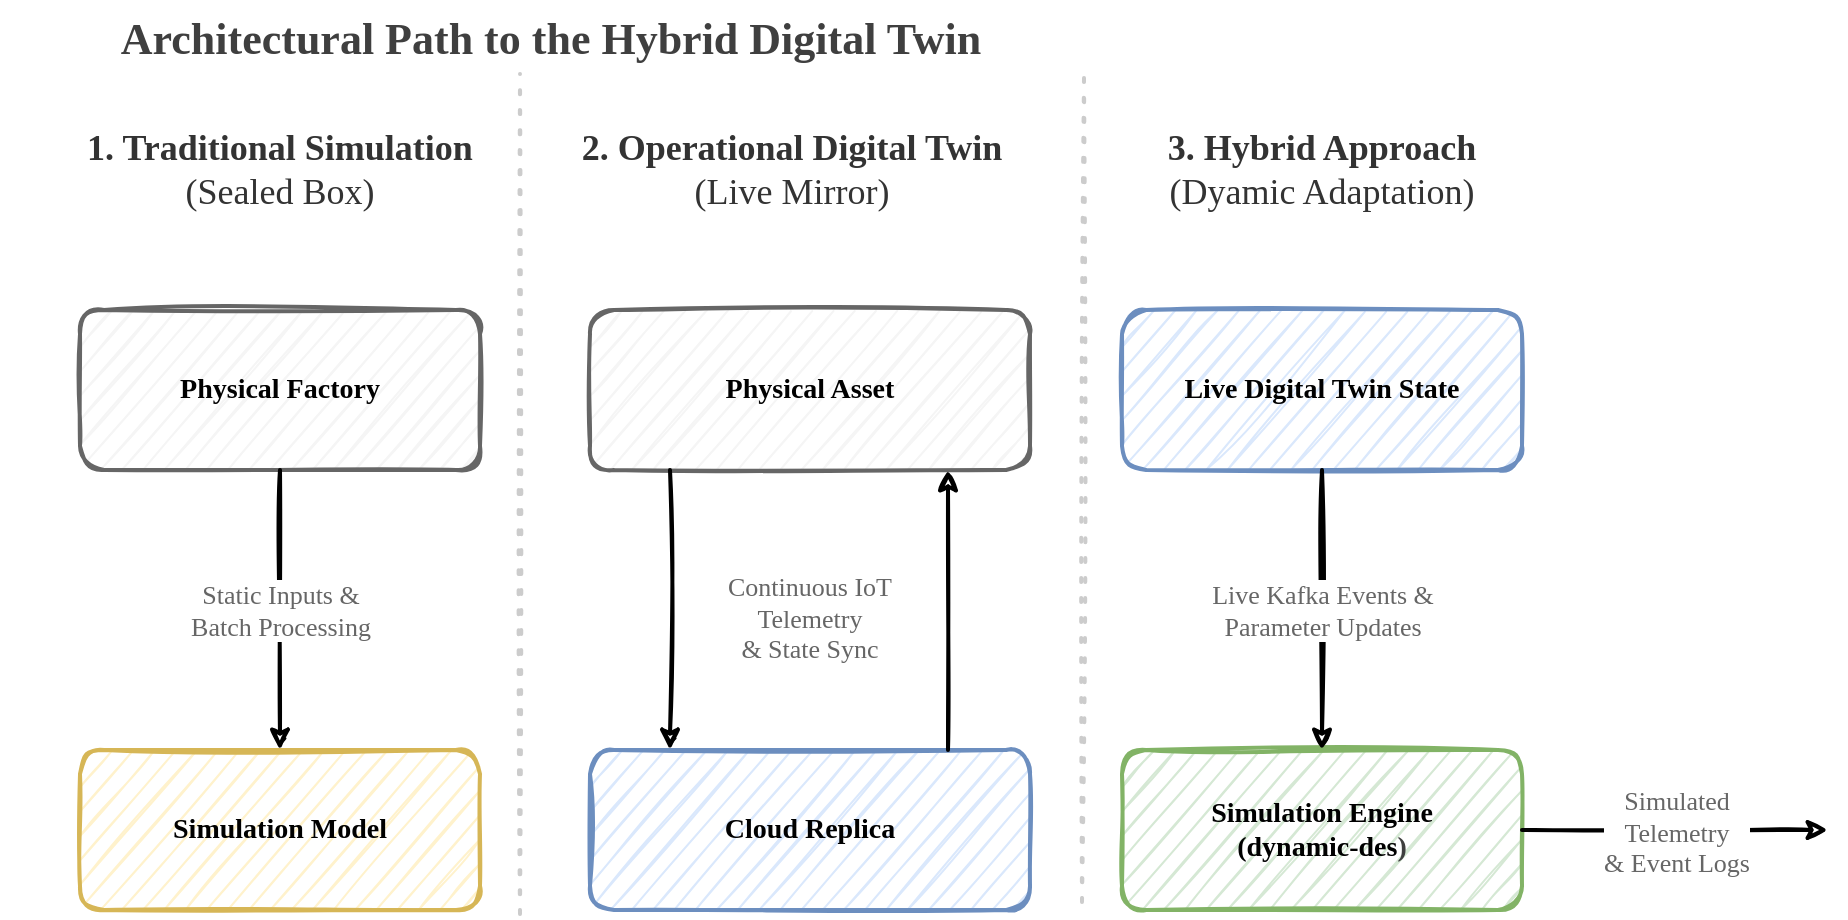
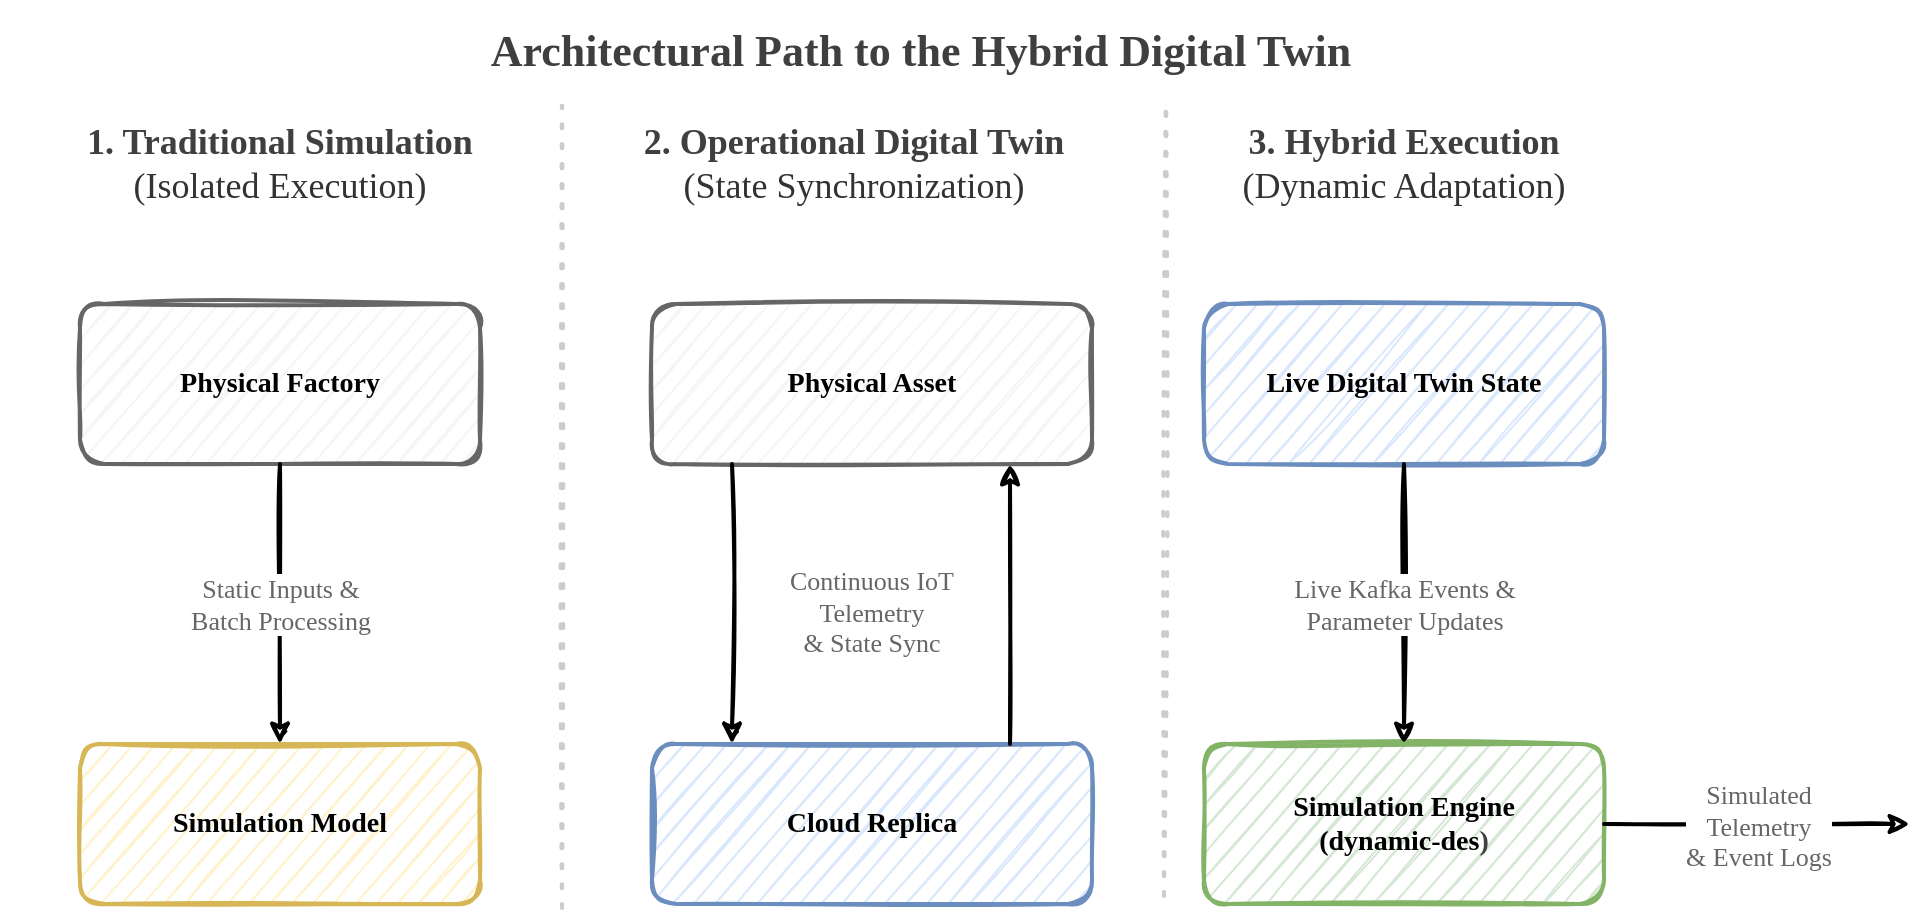
<mxfile host="65bd71144e">
    <diagram id="diagram1" name="Hybrid Architecture">
-         <mxGraphModel dx="1117" dy="541" grid="0" gridSize="10" guides="1" tooltips="1" connect="1" arrows="1" fold="1" page="1" pageScale="1" pageWidth="3300" pageHeight="4681" math="0" shadow="0">
+         <mxGraphModel dx="1200" dy="612" grid="0" gridSize="10" guides="1" tooltips="1" connect="1" arrows="1" fold="1" page="1" pageScale="1" pageWidth="3300" pageHeight="4681" math="0" shadow="0">
            <root>
                <mxCell id="0"/>
                <mxCell id="1" parent="0"/>
-                 <mxCell id="t1" value="&lt;b&gt;1. Traditional Simulation&lt;/b&gt;&lt;br&gt;(Sealed Box)" style="text;html=1;strokeColor=none;fillColor=none;align=center;verticalAlign=middle;whiteSpace=wrap;rounded=0;sketch=1;fontSize=18;fontColor=#333333;fontFamily=Comic Sans MS;" parent="1" vertex="1">
+                 <mxCell id="t1" value="&lt;b style=&quot;color: rgb(63, 63, 63); scrollbar-color: rgb(226, 226, 226) rgb(251, 251, 251);&quot;&gt;1. Traditional Simulation&lt;/b&gt;&lt;br style=&quot;color: rgb(63, 63, 63); scrollbar-color: rgb(226, 226, 226) rgb(251, 251, 251);&quot;&gt;&lt;span style=&quot;color: rgb(51, 51, 51);&quot;&gt;(Isolated Execution)&lt;/span&gt;" style="text;html=1;strokeColor=none;fillColor=none;align=center;verticalAlign=middle;whiteSpace=wrap;rounded=0;sketch=1;fontSize=18;fontColor=#333333;fontFamily=Comic Sans MS;" parent="1" vertex="1">
                    <mxGeometry x="81" y="88" width="280" height="60" as="geometry"/>
                </mxCell>
                <mxCell id="2" value="Physical Factory" style="rounded=1;whiteSpace=wrap;html=1;sketch=1;fillColor=#f5f5f5;strokeColor=#666666;strokeWidth=2;fontSize=14;fontStyle=1;fontFamily=Comic Sans MS;" parent="1" vertex="1">
                    <mxGeometry x="121" y="188" width="200" height="80" as="geometry"/>
                </mxCell>
                <mxCell id="3" value="Simulation Model" style="rounded=1;whiteSpace=wrap;html=1;sketch=1;fillColor=#fff2cc;strokeColor=#d6b656;strokeWidth=2;fontSize=14;fontStyle=1;fontFamily=Comic Sans MS;" parent="1" vertex="1">
                    <mxGeometry x="121" y="408" width="200" height="80" as="geometry"/>
                </mxCell>
                <mxCell id="4" value="&lt;span style=&quot;color: rgb(102, 102, 102);&quot;&gt;Static Inputs &amp;amp;&lt;/span&gt;&lt;br style=&quot;color: rgb(63, 63, 63); scrollbar-color: rgb(226, 226, 226) rgb(251, 251, 251);&quot;&gt;&lt;span style=&quot;color: rgb(102, 102, 102);&quot;&gt;Batch Processing&lt;/span&gt;" style="edgeStyle=orthogonalEdgeStyle;rounded=1;orthogonalLoop=1;jettySize=auto;html=1;sketch=1;strokeWidth=2;fontSize=13;fontColor=#666666;fontFamily=Comic Sans MS;" parent="1" source="2" target="3" edge="1">
                    <mxGeometry relative="1" as="geometry"/>
                </mxCell>
                <mxCell id="5" value="" style="endArrow=none;dashed=1;html=1;dashPattern=1 4;strokeWidth=2;sketch=1;strokeColor=#CCCCCC;fontFamily=Comic Sans MS;" parent="1" edge="1">
                    <mxGeometry width="50" height="50" relative="1" as="geometry">
-                         <mxPoint x="341" y="490" as="sourcePoint"/>
-                         <mxPoint x="341" y="70" as="targetPoint"/>
+                         <mxPoint x="362" y="490" as="sourcePoint"/>
+                         <mxPoint x="362" y="70" as="targetPoint"/>
                    </mxGeometry>
                </mxCell>
-                 <mxCell id="6" value="&lt;b&gt;2. Operational Digital Twin&lt;/b&gt;&lt;br&gt;(Live Mirror)" style="text;html=1;strokeColor=none;fillColor=none;align=center;verticalAlign=middle;whiteSpace=wrap;rounded=0;sketch=1;fontSize=18;fontColor=#333333;fontFamily=Comic Sans MS;" parent="1" vertex="1">
-                     <mxGeometry x="337" y="88" width="280" height="60" as="geometry"/>
+                 <mxCell id="6" value="&lt;b style=&quot;color: rgb(63, 63, 63); scrollbar-color: rgb(226, 226, 226) rgb(251, 251, 251);&quot;&gt;2. Operational Digital Twin&lt;/b&gt;&lt;br style=&quot;color: rgb(63, 63, 63); scrollbar-color: rgb(226, 226, 226) rgb(251, 251, 251);&quot;&gt;&lt;span style=&quot;color: rgb(51, 51, 51);&quot;&gt;(State Synchronization)&lt;/span&gt;" style="text;html=1;strokeColor=none;fillColor=none;align=center;verticalAlign=middle;whiteSpace=wrap;rounded=0;sketch=1;fontSize=18;fontColor=#333333;fontFamily=Comic Sans MS;" parent="1" vertex="1">
+                     <mxGeometry x="368" y="88" width="280" height="60" as="geometry"/>
                </mxCell>
                <mxCell id="7" value="Physical Asset" style="rounded=1;whiteSpace=wrap;html=1;sketch=1;fillColor=#f5f5f5;strokeColor=#666666;strokeWidth=2;fontSize=14;fontStyle=1;fontFamily=Comic Sans MS;" parent="1" vertex="1">
-                     <mxGeometry x="376" y="188" width="220" height="80" as="geometry"/>
+                     <mxGeometry x="407" y="188" width="220" height="80" as="geometry"/>
                </mxCell>
                <mxCell id="8" value="Cloud Replica" style="rounded=1;whiteSpace=wrap;html=1;sketch=1;fillColor=#dae8fc;strokeColor=#6c8ebf;strokeWidth=2;fontSize=14;fontStyle=1;fontFamily=Comic Sans MS;" parent="1" vertex="1">
-                     <mxGeometry x="376" y="408" width="220" height="80" as="geometry"/>
+                     <mxGeometry x="407" y="408" width="220" height="80" as="geometry"/>
                </mxCell>
                <mxCell id="9" value="" style="edgeStyle=orthogonalEdgeStyle;rounded=1;orthogonalLoop=1;jettySize=auto;html=1;sketch=1;strokeWidth=2;entryX=0.3;entryY=0;entryDx=0;entryDy=0;exitX=0.3;exitY=1;exitDx=0;exitDy=0;fontColor=#666666;fontFamily=Comic Sans MS;" parent="1" edge="1">
                    <mxGeometry relative="1" as="geometry">
-                         <mxPoint x="416" y="268" as="sourcePoint"/>
-                         <mxPoint x="416" y="408" as="targetPoint"/>
+                         <mxPoint x="447" y="268" as="sourcePoint"/>
+                         <mxPoint x="447" y="408" as="targetPoint"/>
                    </mxGeometry>
                </mxCell>
                <mxCell id="10" value="" style="edgeStyle=orthogonalEdgeStyle;rounded=1;orthogonalLoop=1;jettySize=auto;html=1;sketch=1;strokeWidth=2;entryX=0.7;entryY=1;entryDx=0;entryDy=0;exitX=0.7;exitY=0;exitDx=0;exitDy=0;fontColor=#666666;fontFamily=Comic Sans MS;" parent="1" edge="1">
                    <mxGeometry relative="1" as="geometry">
-                         <mxPoint x="555" y="408" as="sourcePoint"/>
-                         <mxPoint x="555" y="268" as="targetPoint"/>
+                         <mxPoint x="586" y="408" as="sourcePoint"/>
+                         <mxPoint x="586" y="268" as="targetPoint"/>
                    </mxGeometry>
                </mxCell>
                <mxCell id="12" value="" style="endArrow=none;dashed=1;html=1;dashPattern=1 4;strokeWidth=2;sketch=1;strokeColor=#CCCCCC;fontFamily=Comic Sans MS;" parent="1" edge="1">
                    <mxGeometry width="50" height="50" relative="1" as="geometry">
-                         <mxPoint x="622" y="484" as="sourcePoint"/>
-                         <mxPoint x="623" y="72" as="targetPoint"/>
+                         <mxPoint x="663" y="484" as="sourcePoint"/>
+                         <mxPoint x="664" y="72" as="targetPoint"/>
                    </mxGeometry>
                </mxCell>
-                 <mxCell id="13" value="&lt;b&gt;3. Hybrid Approach&lt;/b&gt;&lt;br&gt;(Dyamic Adaptation)" style="text;html=1;strokeColor=none;fillColor=none;align=center;verticalAlign=middle;whiteSpace=wrap;rounded=0;sketch=1;fontSize=18;fontColor=#333333;fontFamily=Comic Sans MS;" parent="1" vertex="1">
-                     <mxGeometry x="602" y="88" width="280" height="60" as="geometry"/>
+                 <mxCell id="13" value="&lt;b style=&quot;color: rgb(63, 63, 63); scrollbar-color: rgb(226, 226, 226) rgb(251, 251, 251);&quot;&gt;3. Hybrid Execution&lt;/b&gt;&lt;br style=&quot;color: rgb(63, 63, 63); scrollbar-color: rgb(226, 226, 226) rgb(251, 251, 251);&quot;&gt;&lt;span style=&quot;color: rgb(51, 51, 51);&quot;&gt;(Dynamic Adaptation)&lt;/span&gt;" style="text;html=1;strokeColor=none;fillColor=none;align=center;verticalAlign=middle;whiteSpace=wrap;rounded=0;sketch=1;fontSize=18;fontColor=#333333;fontFamily=Comic Sans MS;" parent="1" vertex="1">
+                     <mxGeometry x="643" y="88" width="280" height="60" as="geometry"/>
                </mxCell>
                <mxCell id="14" value="Live Digital Twin State" style="rounded=1;whiteSpace=wrap;html=1;sketch=1;fillColor=#dae8fc;strokeColor=#6c8ebf;strokeWidth=2;fontSize=14;fontStyle=1;fontFamily=Comic Sans MS;" parent="1" vertex="1">
-                     <mxGeometry x="642" y="188" width="200" height="80" as="geometry"/>
+                     <mxGeometry x="683" y="188" width="200" height="80" as="geometry"/>
                </mxCell>
                <mxCell id="15" value="Simulation Engine&lt;div&gt;(&lt;span style=&quot;color: rgb(0, 0, 0); background-color: transparent;&quot;&gt;dynamic-des&lt;/span&gt;&lt;span style=&quot;color: rgb(63, 63, 63); background-color: transparent;&quot;&gt;)&lt;/span&gt;&lt;/div&gt;" style="rounded=1;whiteSpace=wrap;html=1;sketch=1;fillColor=#d5e8d4;strokeColor=#82b366;strokeWidth=2;fontSize=14;fontStyle=1;fontFamily=Comic Sans MS;" parent="1" vertex="1">
-                     <mxGeometry x="642" y="408" width="200" height="80" as="geometry"/>
+                     <mxGeometry x="683" y="408" width="200" height="80" as="geometry"/>
                </mxCell>
                <mxCell id="16" value="&lt;span style=&quot;color: rgb(102, 102, 102);&quot;&gt;Live Kafka Events &amp;amp;&lt;/span&gt;&lt;br style=&quot;color: rgb(63, 63, 63); scrollbar-color: rgb(226, 226, 226) rgb(251, 251, 251);&quot;&gt;&lt;span style=&quot;color: rgb(102, 102, 102);&quot;&gt;Parameter Updates&lt;/span&gt;" style="edgeStyle=orthogonalEdgeStyle;rounded=1;orthogonalLoop=1;jettySize=auto;html=1;sketch=1;strokeWidth=2;fontSize=13;fontColor=#666666;fontFamily=Comic Sans MS;" parent="1" source="14" target="15" edge="1">
                    <mxGeometry relative="1" as="geometry"/>
                </mxCell>
                <mxCell id="17" value="&lt;span style=&quot;color: rgb(102, 102, 102);&quot;&gt;Simulated&lt;/span&gt;&lt;div&gt;&lt;span style=&quot;color: rgb(102, 102, 102);&quot;&gt;Telemetry&lt;/span&gt;&lt;br style=&quot;color: rgb(63, 63, 63); scrollbar-color: rgb(226, 226, 226) rgb(251, 251, 251);&quot;&gt;&lt;span style=&quot;color: rgb(102, 102, 102);&quot;&gt;&amp;amp; Event Logs&lt;/span&gt;&lt;/div&gt;" style="edgeStyle=orthogonalEdgeStyle;rounded=1;orthogonalLoop=1;jettySize=auto;html=1;sketch=1;strokeWidth=2;fontSize=13;fontColor=#666666;fontFamily=Comic Sans MS;" parent="1" source="15" edge="1">
                    <mxGeometry relative="1" as="geometry">
-                         <mxPoint x="995" y="448" as="targetPoint"/>
+                         <mxPoint x="1036" y="448" as="targetPoint"/>
                    </mxGeometry>
                </mxCell>
                <mxCell id="11" value="Continuous IoT Telemetry&lt;div&gt;&amp;amp; State Sync&lt;/div&gt;" style="text;html=1;strokeColor=none;fillColor=none;align=center;verticalAlign=middle;whiteSpace=wrap;rounded=0;sketch=1;fontSize=13;fontColor=#666666;fontFamily=Comic Sans MS;" parent="1" vertex="1">
-                     <mxGeometry x="421" y="312" width="130" height="60" as="geometry"/>
+                     <mxGeometry x="452" y="312" width="130" height="60" as="geometry"/>
                </mxCell>
-                 <mxCell id="20" value="&lt;span style=&quot;color: rgb(63, 63, 63);&quot;&gt;&lt;font style=&quot;font-size: 22px;&quot;&gt;&lt;b&gt;Architectural Path to the Hybrid Digital Twin&lt;/b&gt;&lt;/font&gt;&lt;/span&gt;" style="text;html=1;align=center;verticalAlign=middle;whiteSpace=wrap;rounded=0;fontFamily=Comic Sans MS;" vertex="1" parent="1">
-                     <mxGeometry x="107" y="33" width="499" height="40" as="geometry"/>
+                 <mxCell id="22" value="" style="rounded=0;whiteSpace=wrap;html=1;strokeColor=none;" vertex="1" parent="1">
+                     <mxGeometry x="276" y="36" width="534" height="52" as="geometry"/>
+                 </mxCell>
+                 <mxCell id="20" value="&lt;span style=&quot;color: rgb(63, 63, 63);&quot;&gt;&lt;font style=&quot;font-size: 22px;&quot;&gt;&lt;b&gt;Architectural Path to the Hybrid Digital Twin&lt;/b&gt;&lt;/font&gt;&lt;/span&gt;" style="text;html=1;align=center;verticalAlign=middle;whiteSpace=wrap;rounded=0;fontFamily=Comic Sans MS;fontStyle=0;textShadow=0;shadow=0;" parent="1" vertex="1">
+                     <mxGeometry x="292" y="42" width="499" height="40" as="geometry"/>
                </mxCell>
            </root>
        </mxGraphModel>
    </diagram>
</mxfile>